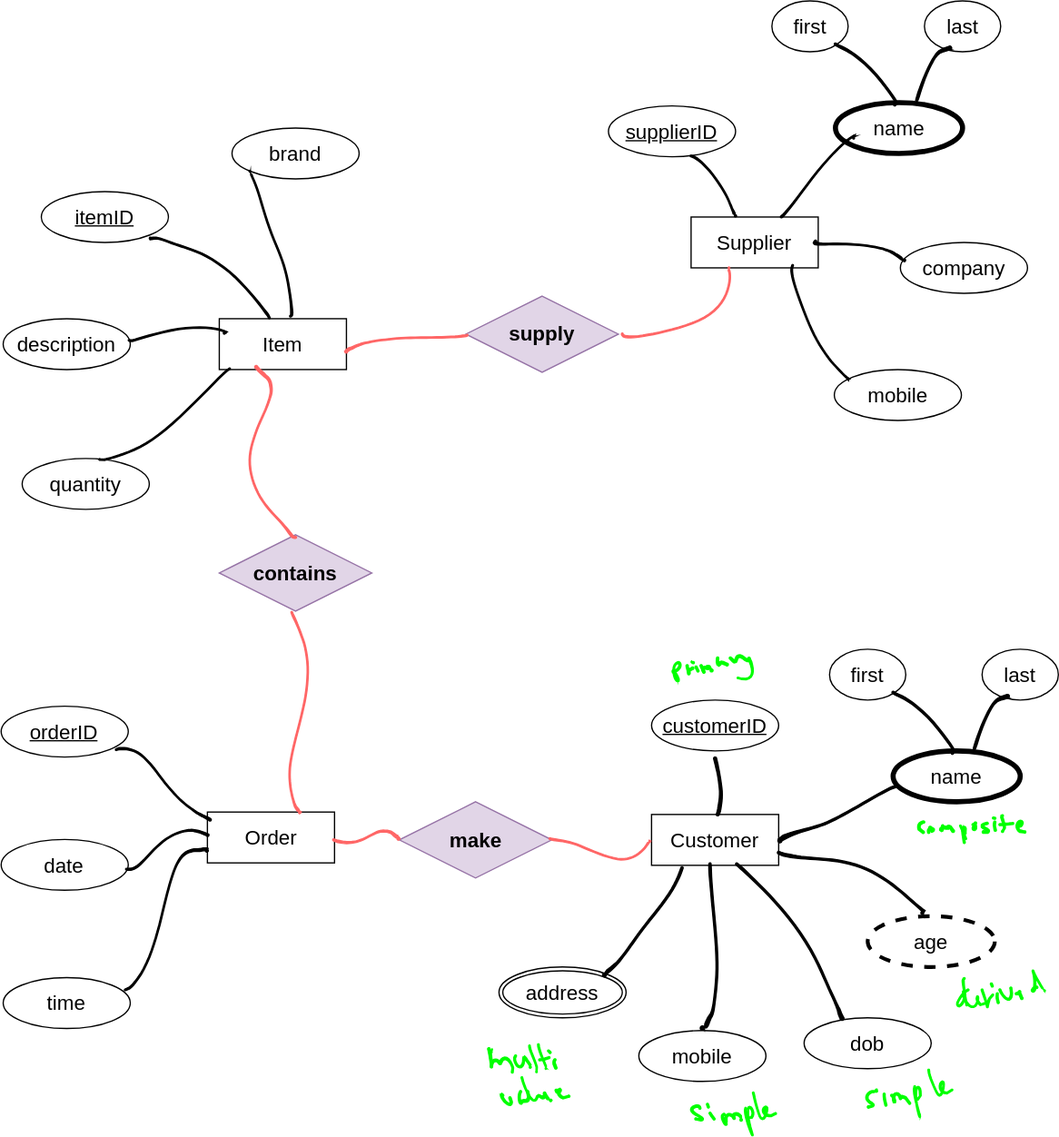
usupun/Database_Managment_System-tutoril- keeps this draw.io diagram as ERD Example.drawio.svg. Above is the earlier version. Source tidied: cells renumbered, new cells last; positions are measured from the earlier drawing's top-left corner, leaving out a move shared by most shapes.
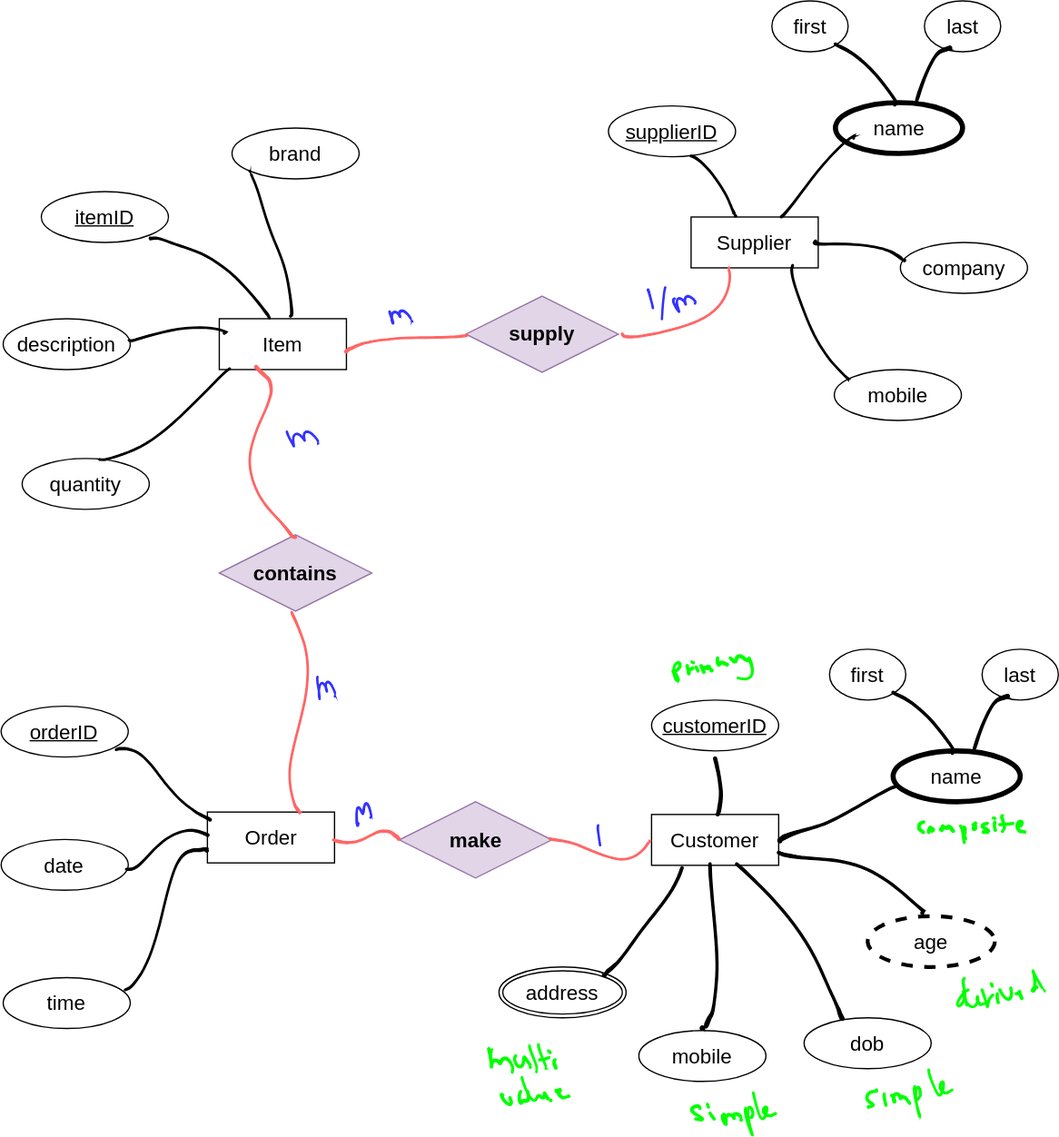
Above is the later version.

The edit, as a diff of the source:
```diff
@@ -320,5 +320,29 @@
     <mxCell id="107" style="shape=(stored shape, 1868 characters);lineShape=1;strokeColor=#FF6666;fontSize=16;" parent="1" vertex="1">
       <mxGeometry x="195.4" y="286.9" width="37.3" height="135.9" as="geometry" />
     </mxCell>
+    <mxCell id="108" style="shape=(stored shape, 768 characters);lineShape=1;strokeColor=#3333FF;fontSize=16;" parent="1" vertex="1">
+      <mxGeometry x="469.2" y="648.1" width="2.8" height="16.5" as="geometry" />
+    </mxCell>
+    <mxCell id="109" style="shape=(stored shape, 1512 characters);lineShape=1;strokeColor=#3333FF;fontSize=16;" parent="1" vertex="1">
+      <mxGeometry x="279.5" y="630.7" width="12.6" height="18.6" as="geometry" />
+    </mxCell>
+    <mxCell id="110" style="shape=(stored shape, 1584 characters);lineShape=1;strokeColor=#3333FF;fontSize=16;" parent="1" vertex="1">
+      <mxGeometry x="248.6" y="531.3" width="14.9" height="18.2" as="geometry" />
+    </mxCell>
+    <mxCell id="111" style="shape=(stored shape, 1572 characters);lineShape=1;strokeColor=#3333FF;fontSize=16;" parent="1" vertex="1">
+      <mxGeometry x="224.7" y="338.4" width="25.5" height="12.4" as="geometry" />
+    </mxCell>
+    <mxCell id="112" style="shape=(stored shape, 1448 characters);lineShape=1;strokeColor=#3333FF;fontSize=16;" parent="1" vertex="1">
+      <mxGeometry x="305.4" y="243" width="18.7" height="11.2" as="geometry" />
+    </mxCell>
+    <mxCell id="113" style="shape=(stored shape, 916 characters);lineShape=1;strokeColor=#3333FF;fontSize=16;" parent="1" vertex="1">
+      <mxGeometry x="508.6" y="226.5" width="4.9" height="15.5" as="geometry" />
+    </mxCell>
+    <mxCell id="114" style="shape=(stored shape, 752 characters);lineShape=1;strokeColor=#3333FF;fontSize=16;" parent="1" vertex="1">
+      <mxGeometry x="519.8" y="224.9" width="3.5" height="25.8" as="geometry" />
+    </mxCell>
+    <mxCell id="115" style="shape=(stored shape, 1632 characters);lineShape=1;strokeColor=#3333FF;fontSize=16;" parent="1" vertex="1">
+      <mxGeometry x="528.5" y="231.9" width="18.6" height="13.1" as="geometry" />
+    </mxCell>
   </root>
 </mxGraphModel>
```
